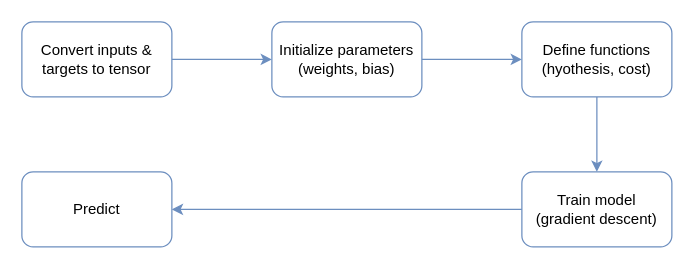
The draw.io diagram page "from scratch" (1 of 2) of images/linear_regression.drawio in vuanhtuan1012/deep-learning-with-pytorch, before the edit. Source tidied: cells renumbered, new cells numbered last; positions are measured from the earlier drawing's top-left corner, leaving out a move shared by most shapes. Both pictures are drawn from the tidied source at 125%, with x=0, y=0 at pixel (21, 21).
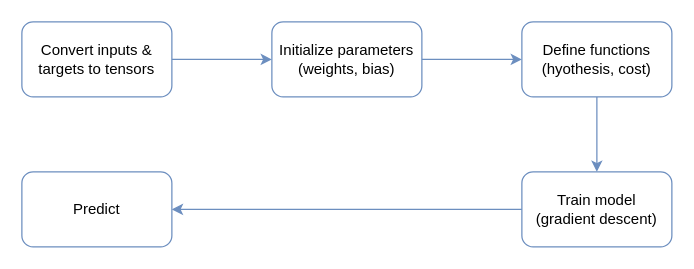
The same page after the edit.

Commit message (it also covers changes not shown here):
fix spelling mistakes

The edit, as a diff of the source:
```diff
@@
 <mxGraphModel>
   <root>
     <mxCell id="0" />
     <mxCell id="1" parent="0" />
     <mxCell id="2" style="edgeStyle=orthogonalEdgeStyle;rounded=0;jettySize=auto;html=1;fillColor=#dae8fc;strokeColor=#6c8ebf;" parent="1" edge="1" source="3" target="5">
       <mxGeometry relative="1" as="geometry" />
     </mxCell>
-    <mxCell id="3" value="Convert inputs &amp;amp; targets to tensor" style="rounded=1;whiteSpace=wrap;html=1;strokeColor=#6c8ebf;fillColor=none;" parent="1" vertex="1">
+    <mxCell id="3" value="Convert inputs &amp;amp; targets to tensors" style="rounded=1;whiteSpace=wrap;html=1;strokeColor=#6c8ebf;fillColor=none;" parent="1" vertex="1">
       <mxGeometry width="120" height="60" as="geometry" />
     </mxCell>
     <mxCell id="4" style="edgeStyle=orthogonalEdgeStyle;rounded=0;jettySize=auto;html=1;fillColor=#dae8fc;strokeColor=#6c8ebf;" parent="1" edge="1" source="5" target="7">
       <mxGeometry relative="1" as="geometry" />
     </mxCell>
     <mxCell id="5" value="Initialize parameters (weights, bias)" style="rounded=1;whiteSpace=wrap;html=1;strokeColor=#6c8ebf;fillColor=none;" parent="1" vertex="1">
       <mxGeometry x="200" width="120" height="60" as="geometry" />
     </mxCell>
     <mxCell id="6" style="edgeStyle=orthogonalEdgeStyle;rounded=0;jettySize=auto;html=1;fillColor=#dae8fc;strokeColor=#6c8ebf;" parent="1" edge="1" source="7" target="9">
       <mxGeometry relative="1" as="geometry" />
     </mxCell>
     <mxCell id="7" value="Define functions (hyothesis, cost)" style="rounded=1;whiteSpace=wrap;html=1;strokeColor=#6c8ebf;fillColor=none;" parent="1" vertex="1">
       <mxGeometry x="400" width="120" height="60" as="geometry" />
     </mxCell>
     <mxCell id="8" style="edgeStyle=orthogonalEdgeStyle;rounded=0;jettySize=auto;html=1;fillColor=#dae8fc;strokeColor=#6c8ebf;" parent="1" edge="1" source="9" target="10">
       <mxGeometry relative="1" as="geometry" />
     </mxCell>
     <mxCell id="9" value="Train model&lt;br&gt;(gradient descent)" style="rounded=1;whiteSpace=wrap;html=1;strokeColor=#6c8ebf;fillColor=none;" parent="1" vertex="1">
       <mxGeometry x="400" y="120" width="120" height="60" as="geometry" />
     </mxCell>
     <mxCell id="10" value="Predict" style="rounded=1;whiteSpace=wrap;html=1;strokeColor=#6c8ebf;fillColor=none;" parent="1" vertex="1">
       <mxGeometry y="120" width="120" height="60" as="geometry" />
     </mxCell>
   </root>
 </mxGraphModel>
```
